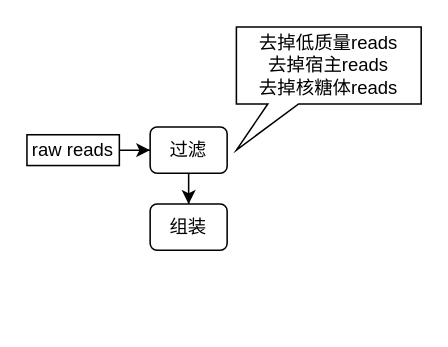
Before: pathogen_find_pipeline.drawio in dailypartita/diagram-kaiti, a draw.io diagram. Source tidied: cells renumbered, new cells numbered last; positions are measured from the earlier drawing's top-left corner, leaving out a move shared by most shapes. Both pictures are drawn from the tidied source at 154%, with x=0, y=0 at pixel (26, 26).
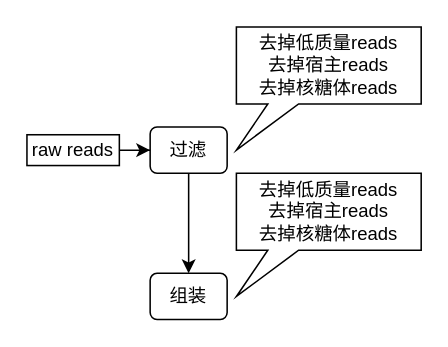
Above is the later version.

Diff of the diagram source:
```diff
@@
 <mxGraphModel>
   <root>
     <mxCell id="0" />
     <mxCell id="1" parent="0" />
     <mxCell id="2" style="edgeStyle=orthogonalEdgeStyle;rounded=0;jettySize=auto;html=1;" parent="1" edge="1" source="3" target="4">
       <mxGeometry relative="1" as="geometry" />
     </mxCell>
     <mxCell id="3" value="过滤" style="rounded=1;whiteSpace=wrap;html=1;fontSize=12;glass=0;strokeWidth=1;shadow=0;" parent="1" vertex="1">
       <mxGeometry x="80" y="65" width="50" height="30" as="geometry" />
     </mxCell>
     <mxCell id="4" value="组装" style="rounded=1;whiteSpace=wrap;html=1;fontSize=12;glass=0;strokeWidth=1;shadow=0;" parent="1" vertex="1">
-      <mxGeometry x="80" y="115" width="50" height="30" as="geometry" />
+      <mxGeometry x="80" y="160" width="50" height="30" as="geometry" />
     </mxCell>
     <mxCell id="5" style="edgeStyle=orthogonalEdgeStyle;rounded=0;jettySize=auto;html=1;" parent="1" edge="1" source="6" target="3">
       <mxGeometry relative="1" as="geometry" />
     </mxCell>
     <mxCell id="6" value="raw reads" style="rounded=0;whiteSpace=wrap;html=1;" parent="1" vertex="1">
       <mxGeometry y="70" width="60" height="20" as="geometry" />
     </mxCell>
     <mxCell id="7" value="去掉低质量reads&lt;br&gt;去掉宿主reads&lt;br&gt;去掉核糖体reads" style="shape=callout;whiteSpace=wrap;html=1;perimeter=calloutPerimeter;position2=0;size=30;position=0.17;" parent="1" vertex="1">
       <mxGeometry x="136" width="120" height="80" as="geometry" />
     </mxCell>
+    <mxCell id="8" value="去掉低质量reads&lt;br&gt;去掉宿主reads&lt;br&gt;去掉核糖体reads" style="shape=callout;whiteSpace=wrap;html=1;perimeter=calloutPerimeter;position2=0;size=30;position=0.17;" parent="1" vertex="1">
+      <mxGeometry x="136" y="95" width="120" height="80" as="geometry" />
+    </mxCell>
   </root>
 </mxGraphModel>
```
